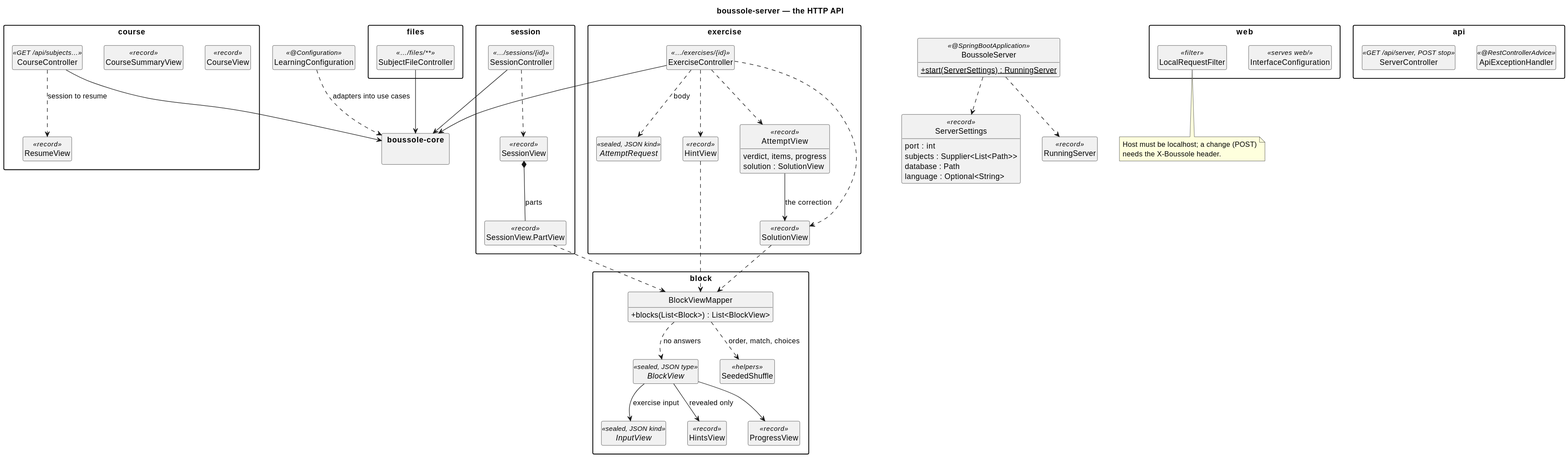
This is docs/diagrams/70-server.svg from lucasssoh/Boussole, a PlantUML export, as it was before one commit.
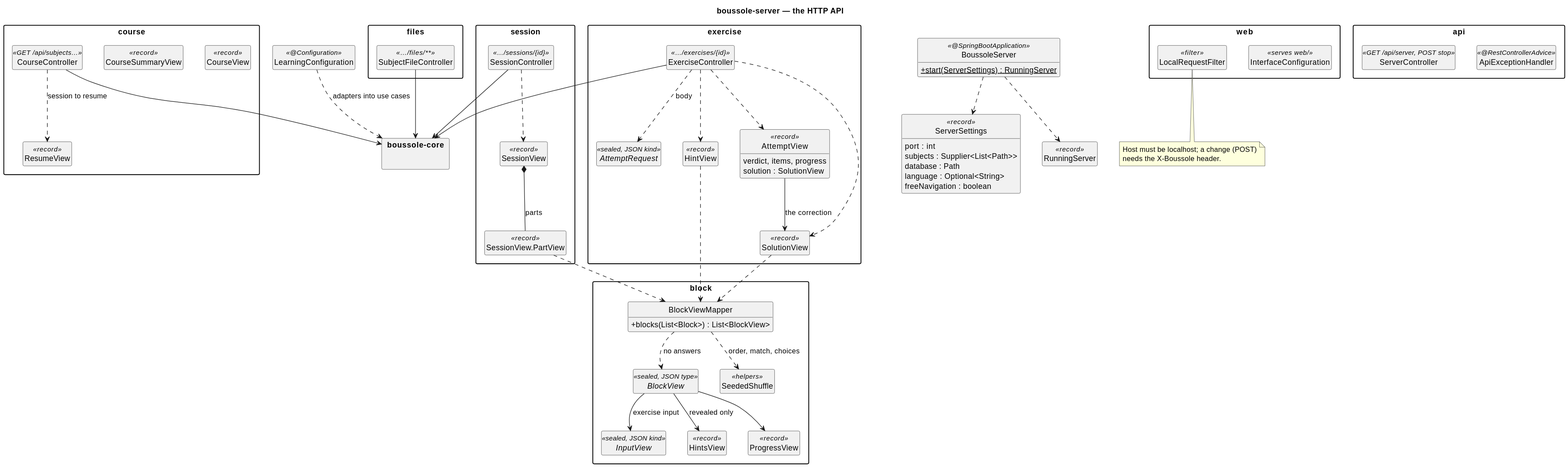
Later version of the same file.

Change to the diagram source:
```diff
@@ -15,6 +15,7 @@
   subjects : Supplier<List<Path>>
   database : Path
   language : Optional<String>
+  freeNavigation : boolean
 }
 class RunningServer <<record>>
 class LearningConfiguration <<@Configuration>>
```
